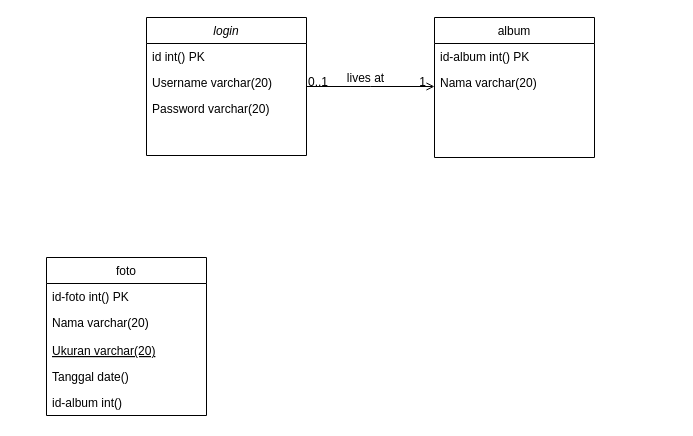
Before: Untitled Diagram.drawio in al-khoodhy/erd-apk-photo, a draw.io diagram. Source tidied: cells renumbered, new cells numbered last; positions are measured from the earlier drawing's top-left corner, leaving out a move shared by most shapes. Both pictures are drawn from the tidied source at 100%, with x=0, y=0 at pixel (46, 17).
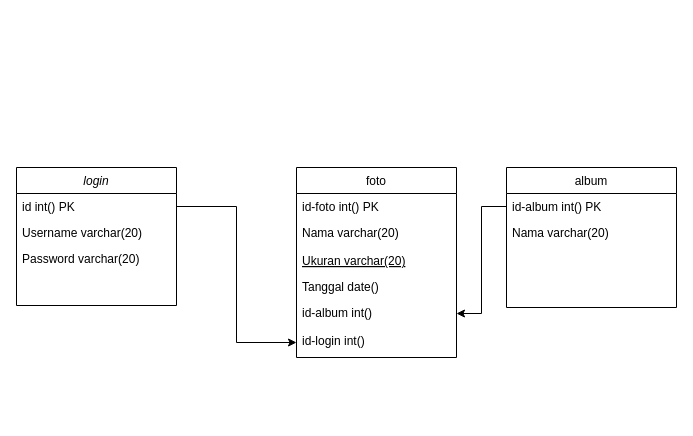
The same diagram, later.

The change refers to these unchanged cells:
```xml
<mxCell id="3" value="id int() PK" style="text;align=left;verticalAlign=top;spacingLeft=4;spacingRight=4;overflow=hidden;points=[[0,0.5],[1,0.5]];portConstraint=eastwest;" parent="2" vertex="1">
  <mxGeometry y="26" width="160" height="26" as="geometry" />
</mxCell>
```

What changed in the source:
```diff
@@
     <mxCell id="2" value="login" style="swimlane;fontStyle=2;align=center;verticalAlign=top;horizontal=1;startSize=26;rounded=0;shadow=0;strokeWidth=1;" parent="1" vertex="1">
-      <mxGeometry x="100" width="160" height="138" as="geometry" />
+      <mxGeometry x="-30" y="150" width="160" height="138" as="geometry" />
     </mxCell>
@@
     <mxCell id="6" value="foto" style="swimlane;fontStyle=0;align=center;verticalAlign=top;horizontal=1;startSize=26;rounded=0;shadow=0;strokeWidth=1;" parent="1" vertex="1">
-      <mxGeometry y="240" width="160" height="158" as="geometry" />
+      <mxGeometry x="250" y="150" width="160" height="190" as="geometry" />
     </mxCell>
@@
     <mxCell id="11" value="id-album int()" style="text;align=left;verticalAlign=top;spacingLeft=4;spacingRight=4;overflow=hidden;points=[[0,0.5],[1,0.5]];portConstraint=eastwest;" parent="6" vertex="1">
-      <mxGeometry y="132" width="160" height="26" as="geometry" />
+      <mxGeometry y="132" width="160" height="28" as="geometry" />
     </mxCell>
+    <mxCell id="19" value="id-login int()" style="text;align=left;verticalAlign=top;spacingLeft=4;spacingRight=4;overflow=hidden;points=[[0,0.5],[1,0.5]];portConstraint=eastwest;" parent="6" vertex="1">
+      <mxGeometry y="160" width="160" height="30" as="geometry" />
+    </mxCell>
     <mxCell id="12" value="album" style="swimlane;fontStyle=0;align=center;verticalAlign=top;horizontal=1;startSize=26;rounded=0;shadow=0;strokeWidth=1;" parent="1" vertex="1">
-      <mxGeometry x="388" width="160" height="140" as="geometry" />
+      <mxGeometry x="460" y="150" width="170" height="140" as="geometry" />
     </mxCell>
     <mxCell id="13" value="id-album int() PK" style="text;align=left;verticalAlign=top;spacingLeft=4;spacingRight=4;overflow=hidden;points=[[0,0.5],[1,0.5]];portConstraint=eastwest;" parent="12" vertex="1">
-      <mxGeometry y="26" width="160" height="26" as="geometry" />
+      <mxGeometry y="26" width="170" height="26" as="geometry" />
     </mxCell>
     <mxCell id="14" value="Nama varchar(20)" style="text;align=left;verticalAlign=top;spacingLeft=4;spacingRight=4;overflow=hidden;rounded=0;shadow=0;html=0;" parent="12" vertex="1">
-      <mxGeometry y="52" width="160" height="26" as="geometry" />
+      <mxGeometry y="52" width="170" height="26" as="geometry" />
     </mxCell>
-    <mxCell id="15" style="endArrow=open;shadow=0;strokeWidth=1;rounded=0;endFill=1;edgeStyle=elbowEdgeStyle;elbow=vertical;" parent="1" edge="1" source="2" target="12">
-      <mxGeometry x="0.5" y="41" relative="1" as="geometry">
-        <mxPoint x="-40" y="32" as="offset" />
-      </mxGeometry>
-    </mxCell>
-    <mxCell id="16" value="0..1" style="align=left;verticalAlign=bottom;labelBackgroundColor=none;fontSize=12;" parent="15" vertex="1">
-      <mxGeometry x="-1" relative="1" as="geometry">
-        <mxPoint y="4" as="offset" />
-      </mxGeometry>
-    </mxCell>
-    <mxCell id="17" value="1" style="align=right;verticalAlign=bottom;labelBackgroundColor=none;fontSize=12;" parent="15" vertex="1">
-      <mxGeometry x="1" relative="1" as="geometry">
-        <mxPoint x="-7" y="4" as="offset" />
-      </mxGeometry>
-    </mxCell>
-    <mxCell id="18" value="lives at" style="text;html=1;align=center;verticalAlign=middle;labelBackgroundColor=none;rounded=0;shadow=0;strokeWidth=1;fontSize=12;" parent="15" vertex="1">
-      <mxGeometry x="0.5" y="49" relative="1" as="geometry">
-        <mxPoint x="-38" y="40" as="offset" />
-      </mxGeometry>
-    </mxCell>
+    <mxCell id="20" style="edgeStyle=orthogonalEdgeStyle;rounded=0;jettySize=auto;html=1;entryX=0;entryY=0.5;entryDx=0;entryDy=0;" parent="1" edge="1" source="3" target="19">
+      <mxGeometry relative="1" as="geometry" />
+    </mxCell>
+    <mxCell id="21" style="edgeStyle=orthogonalEdgeStyle;rounded=0;jettySize=auto;html=1;entryX=1;entryY=0.5;entryDx=0;entryDy=0;" parent="1" edge="1" source="13" target="11">
+      <mxGeometry relative="1" as="geometry" />
+    </mxCell>
```
